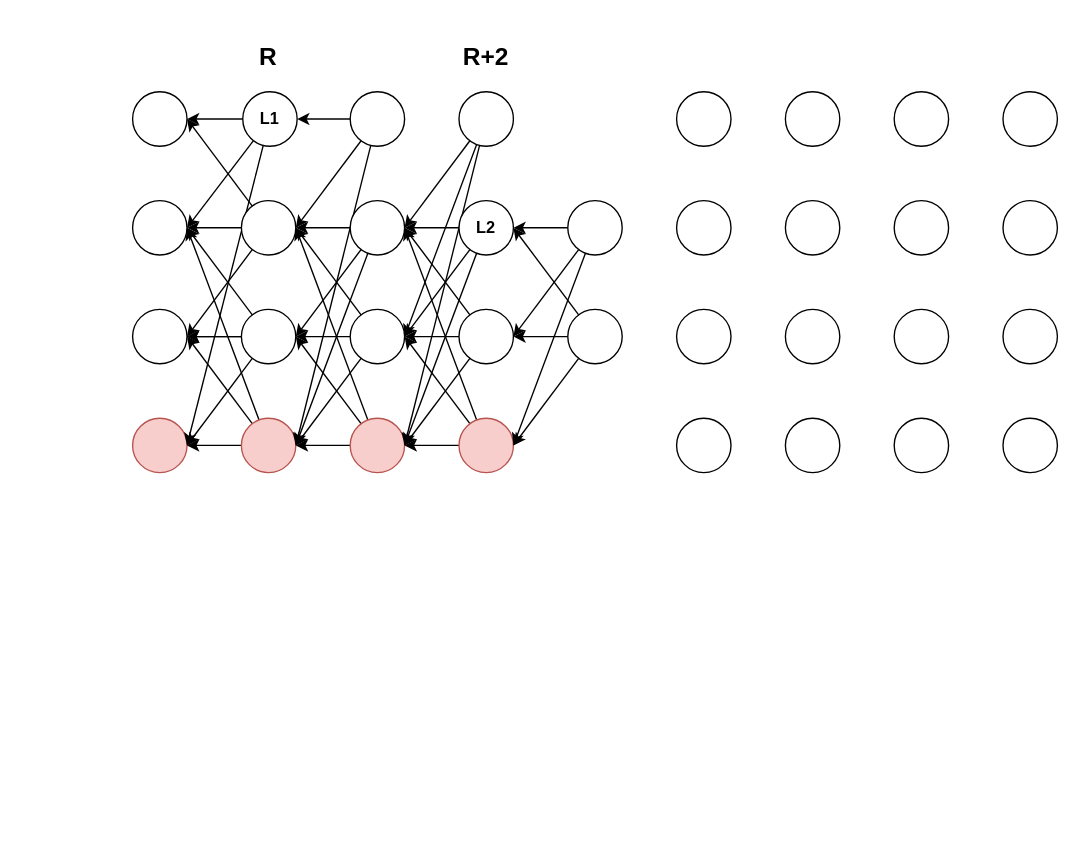
This is dag.drawio from asonnino/various-diagrams, a draw.io file, before an edit. Source tidied: cells renumbered, new cells numbered last; positions are measured from the earlier drawing's top-left corner, leaving out a move shared by most shapes. Both pictures are drawn from the tidied source at 136%, with x=0, y=0 at pixel (132, 37).
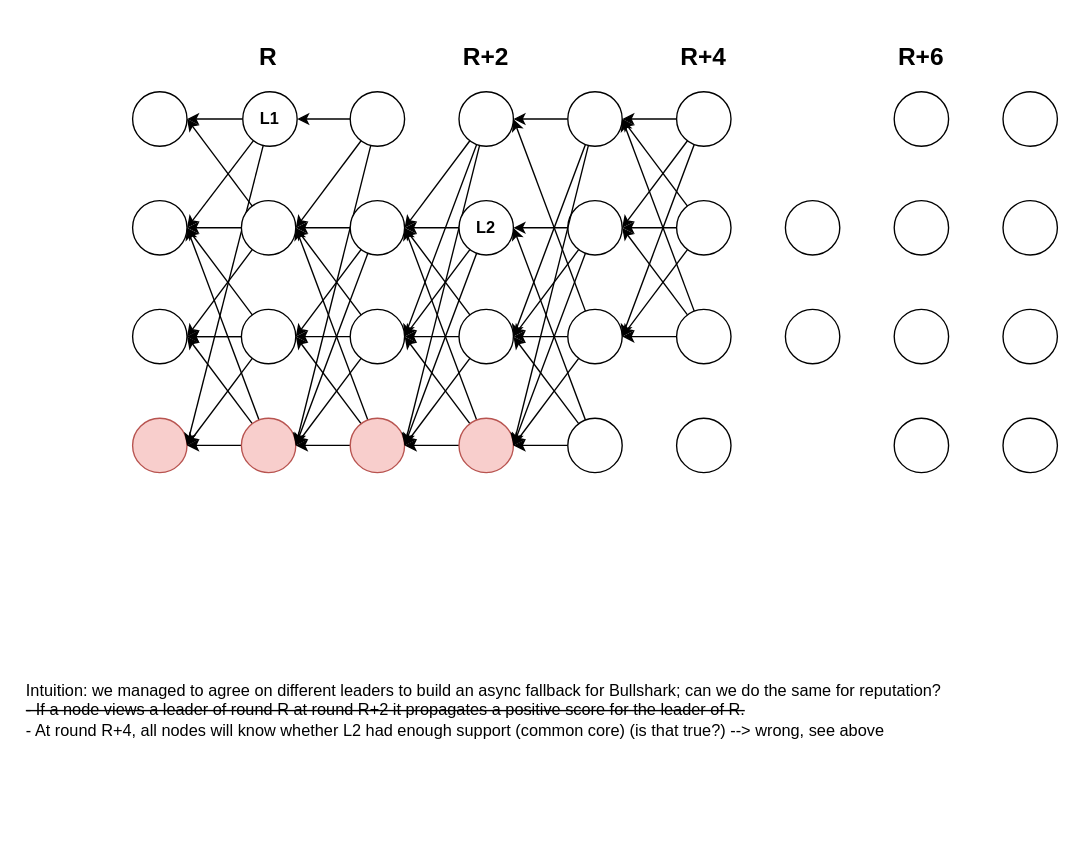
Above is the later version.

Unchanged cells that the change refers to:
```xml
<mxCell id="42" style="ellipse;whiteSpace=wrap;html=1;" parent="1" vertex="1">
  <mxGeometry x="240" y="40" width="40" height="40" as="geometry" />
</mxCell>
<mxCell id="46" value="&lt;b&gt;L2&lt;/b&gt;" style="ellipse;whiteSpace=wrap;html=1;" parent="1" vertex="1">
  <mxGeometry x="240" y="120" width="40" height="40" as="geometry" />
</mxCell>
<mxCell id="50" style="ellipse;whiteSpace=wrap;html=1;" parent="1" vertex="1">
  <mxGeometry x="240" y="200" width="40" height="40" as="geometry" />
</mxCell>
<mxCell id="54" style="ellipse;whiteSpace=wrap;html=1;fillColor=#f8cecc;strokeColor=#b85450;" parent="1" vertex="1">
  <mxGeometry x="240" y="280" width="40" height="40" as="geometry" />
</mxCell>
<mxCell id="58" style="ellipse;whiteSpace=wrap;html=1;" parent="1" vertex="1">
  <mxGeometry x="320" y="120" width="40" height="40" as="geometry" />
</mxCell>
<mxCell id="62" style="ellipse;whiteSpace=wrap;html=1;" parent="1" vertex="1">
  <mxGeometry x="320" y="200" width="40" height="40" as="geometry" />
</mxCell>
<mxCell id="64" style="ellipse;whiteSpace=wrap;html=1;" parent="1" vertex="1">
  <mxGeometry x="400" y="120" width="40" height="40" as="geometry" />
</mxCell>
<mxCell id="65" style="ellipse;whiteSpace=wrap;html=1;" parent="1" vertex="1">
  <mxGeometry x="400" y="200" width="40" height="40" as="geometry" />
</mxCell>
```

What changed in the source:
```diff
@@
-    <mxCell id="59" style="edgeStyle=none;rounded=0;jettySize=auto;html=1;entryX=1;entryY=0.5;entryDx=0;entryDy=0;" parent="1" edge="1" source="62" target="46">
+    <mxCell id="59" style="edgeStyle=none;rounded=0;jettySize=auto;html=1;entryX=1;entryY=0.5;entryDx=0;entryDy=0;" parent="1" edge="1" source="62" target="42">
       <mxGeometry relative="1" as="geometry" />
     </mxCell>
@@
+    <mxCell id="81" style="edgeStyle=orthogonalEdgeStyle;rounded=0;jettySize=auto;html=1;entryX=1;entryY=0.5;entryDx=0;entryDy=0;" parent="1" edge="1" source="63" target="42">
+      <mxGeometry relative="1" as="geometry" />
+    </mxCell>
+    <mxCell id="82" style="rounded=0;jettySize=auto;html=1;entryX=1;entryY=0.5;entryDx=0;entryDy=0;" parent="1" edge="1" source="63" target="50">
+      <mxGeometry relative="1" as="geometry" />
+    </mxCell>
+    <mxCell id="83" style="edgeStyle=none;rounded=0;jettySize=auto;html=1;entryX=1;entryY=0.5;entryDx=0;entryDy=0;" parent="1" edge="1" source="63" target="54">
+      <mxGeometry relative="1" as="geometry" />
+    </mxCell>
     <mxCell id="63" style="ellipse;whiteSpace=wrap;html=1;" parent="1" vertex="1">
-      <mxGeometry x="400" y="40" width="40" height="40" as="geometry" />
+      <mxGeometry x="320" y="40" width="40" height="40" as="geometry" />
     </mxCell>
+    <mxCell id="84" style="edgeStyle=none;rounded=0;jettySize=auto;html=1;entryX=1;entryY=0.5;entryDx=0;entryDy=0;" parent="1" edge="1" source="64" target="63">
+      <mxGeometry relative="1" as="geometry" />
+    </mxCell>
+    <mxCell id="85" style="edgeStyle=none;rounded=0;jettySize=auto;html=1;" parent="1" edge="1" source="64">
+      <mxGeometry relative="1" as="geometry">
+        <mxPoint x="360" y="220" as="targetPoint" />
+      </mxGeometry>
+    </mxCell>
+    <mxCell id="86" style="edgeStyle=none;rounded=0;jettySize=auto;html=1;entryX=1;entryY=0.5;entryDx=0;entryDy=0;" parent="1" edge="1" source="64" target="58">
+      <mxGeometry relative="1" as="geometry" />
+    </mxCell>
@@
+    <mxCell id="87" style="edgeStyle=none;rounded=0;jettySize=auto;html=1;entryX=1;entryY=0.5;entryDx=0;entryDy=0;" parent="1" edge="1" source="65" target="62">
+      <mxGeometry relative="1" as="geometry" />
+    </mxCell>
+    <mxCell id="88" style="edgeStyle=none;rounded=0;jettySize=auto;html=1;entryX=1;entryY=0.5;entryDx=0;entryDy=0;" parent="1" edge="1" source="65" target="58">
+      <mxGeometry relative="1" as="geometry" />
+    </mxCell>
+    <mxCell id="89" style="edgeStyle=none;rounded=0;jettySize=auto;html=1;entryX=1;entryY=0.5;entryDx=0;entryDy=0;" parent="1" edge="1" source="65" target="63">
+      <mxGeometry relative="1" as="geometry" />
+    </mxCell>
@@
+    <mxCell id="90" style="edgeStyle=none;rounded=0;jettySize=auto;html=1;entryX=1;entryY=0.5;entryDx=0;entryDy=0;" parent="1" edge="1" source="66" target="54">
+      <mxGeometry relative="1" as="geometry" />
+    </mxCell>
+    <mxCell id="91" style="edgeStyle=none;rounded=0;jettySize=auto;html=1;entryX=1;entryY=0.5;entryDx=0;entryDy=0;" parent="1" edge="1" source="66" target="46">
+      <mxGeometry relative="1" as="geometry" />
+    </mxCell>
+    <mxCell id="92" style="edgeStyle=none;rounded=0;jettySize=auto;html=1;entryX=1;entryY=0.5;entryDx=0;entryDy=0;" parent="1" edge="1" source="66" target="50">
+      <mxGeometry relative="1" as="geometry" />
+    </mxCell>
     <mxCell id="66" style="ellipse;whiteSpace=wrap;html=1;" parent="1" vertex="1">
-      <mxGeometry x="400" y="280" width="40" height="40" as="geometry" />
+      <mxGeometry x="320" y="280" width="40" height="40" as="geometry" />
     </mxCell>
+    <mxCell id="93" style="edgeStyle=none;rounded=0;jettySize=auto;html=1;entryX=1;entryY=0.5;entryDx=0;entryDy=0;" parent="1" edge="1" source="67" target="63">
+      <mxGeometry relative="1" as="geometry" />
+    </mxCell>
+    <mxCell id="94" style="edgeStyle=none;rounded=0;jettySize=auto;html=1;entryX=1;entryY=0.5;entryDx=0;entryDy=0;" parent="1" edge="1" source="67" target="58">
+      <mxGeometry relative="1" as="geometry" />
+    </mxCell>
+    <mxCell id="95" style="edgeStyle=none;rounded=0;jettySize=auto;html=1;entryX=1;entryY=0.5;entryDx=0;entryDy=0;" parent="1" edge="1" source="67" target="62">
+      <mxGeometry relative="1" as="geometry" />
+    </mxCell>
     <mxCell id="67" style="ellipse;whiteSpace=wrap;html=1;" parent="1" vertex="1">
-      <mxGeometry x="480" y="40" width="40" height="40" as="geometry" />
+      <mxGeometry x="400" y="40" width="40" height="40" as="geometry" />
     </mxCell>
@@
     <mxCell id="70" style="ellipse;whiteSpace=wrap;html=1;" parent="1" vertex="1">
-      <mxGeometry x="480" y="280" width="40" height="40" as="geometry" />
+      <mxGeometry x="400" y="280" width="40" height="40" as="geometry" />
     </mxCell>
@@
+    <mxCell id="96" value="&lt;h2&gt;&lt;b&gt;R+4&lt;/b&gt;&lt;/h2&gt;" style="text;html=1;strokeColor=none;fillColor=none;align=center;verticalAlign=middle;whiteSpace=wrap;rounded=0;" parent="1" vertex="1">
+      <mxGeometry x="390" width="60" height="30" as="geometry" />
+    </mxCell>
+    <mxCell id="97" value="Intuition: we managed to agree on different leaders to build an async fallback for Bullshark; can we do the same for reputation?&lt;br&gt;&lt;strike&gt;- If a node views a leader of round R at round R+2 it propagates a positive score for the leader of R.&lt;br&gt;&lt;/strike&gt;- At round R+4, all nodes will know whether L2 had enough support (common core) (is that true?) --&amp;gt; wrong, see above" style="text;html=1;strokeColor=none;fillColor=none;align=left;verticalAlign=middle;whiteSpace=wrap;rounded=0;" parent="1" vertex="1">
+      <mxGeometry x="-80" y="400" width="720" height="190" as="geometry" />
+    </mxCell>
+    <mxCell id="98" value="&lt;h2&gt;&lt;b&gt;R+6&lt;/b&gt;&lt;/h2&gt;" style="text;html=1;strokeColor=none;fillColor=none;align=center;verticalAlign=middle;whiteSpace=wrap;rounded=0;" parent="1" vertex="1">
+      <mxGeometry x="550" width="60" height="30" as="geometry" />
+    </mxCell>
```
